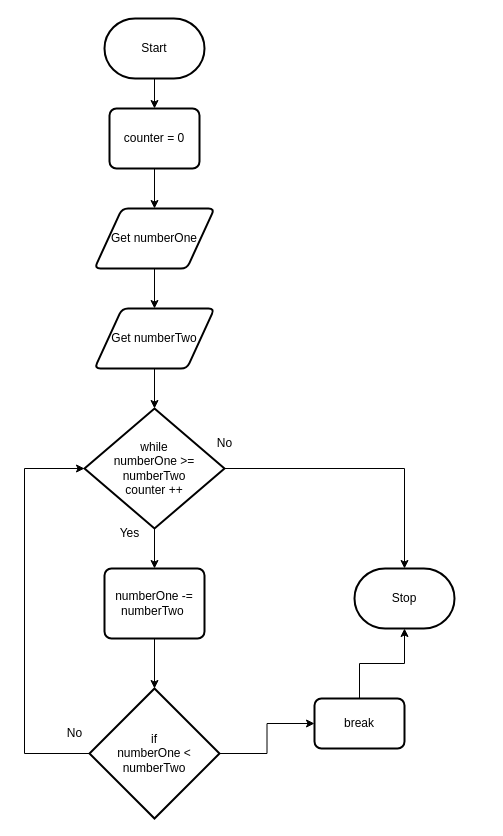
MTHS-ICD2O-1-2024/ICD2O-Unit-5-08-Shanea-Jaromay1 keeps this draw.io diagram as design/flowchart.drawio. Above is the earlier version. Source tidied: cells renumbered, new cells numbered last; positions are measured from the earlier drawing's top-left corner, leaving out a move shared by most shapes. Both pictures are drawn from the tidied source at 100%, with x=0, y=0 at pixel (24, 18).
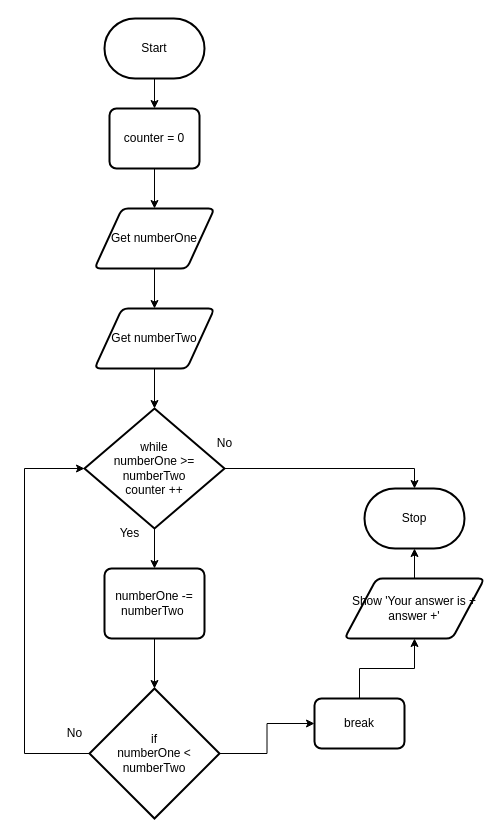
After the change.

Unchanged cells that the change refers to:
```xml
<mxCell id="22" value="break" style="rounded=1;whiteSpace=wrap;html=1;absoluteArcSize=1;arcSize=14;strokeWidth=2;" parent="1" vertex="1">
  <mxGeometry x="290" y="680" width="90" height="50" as="geometry" />
</mxCell>
```

What changed in the source:
```diff
@@
     <mxCell id="4" value="Stop" style="strokeWidth=2;html=1;shape=mxgraph.flowchart.terminator;whiteSpace=wrap;" parent="1" vertex="1">
-      <mxGeometry x="330" y="550" width="100" height="60" as="geometry" />
+      <mxGeometry x="340" y="470" width="100" height="60" as="geometry" />
     </mxCell>
@@
-    <mxCell id="21" style="edgeStyle=orthogonalEdgeStyle;html=1;rounded=0;" parent="1" edge="1" source="22" target="4">
-      <mxGeometry relative="1" as="geometry" />
-    </mxCell>
+    <mxCell id="24" style="edgeStyle=orthogonalEdgeStyle;html=1;rounded=0;curved=0;" parent="1" edge="1" source="22" target="21">
+      <mxGeometry relative="1" as="geometry" />
+    </mxCell>
@@
+    <mxCell id="25" style="edgeStyle=none;html=1;" parent="1" edge="1" source="21" target="4">
+      <mxGeometry relative="1" as="geometry" />
+    </mxCell>
+    <mxCell id="21" value="Show 'Your answer is + answer +'" style="shape=parallelogram;html=1;strokeWidth=2;perimeter=parallelogramPerimeter;whiteSpace=wrap;rounded=1;arcSize=12;size=0.23;" parent="1" vertex="1">
+      <mxGeometry x="320" y="560" width="140" height="60" as="geometry" />
+    </mxCell>
```
